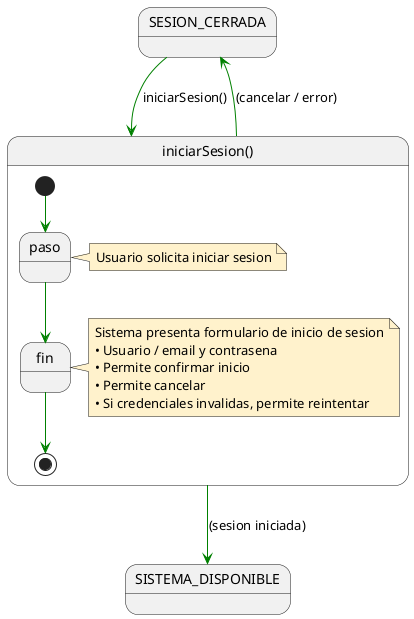
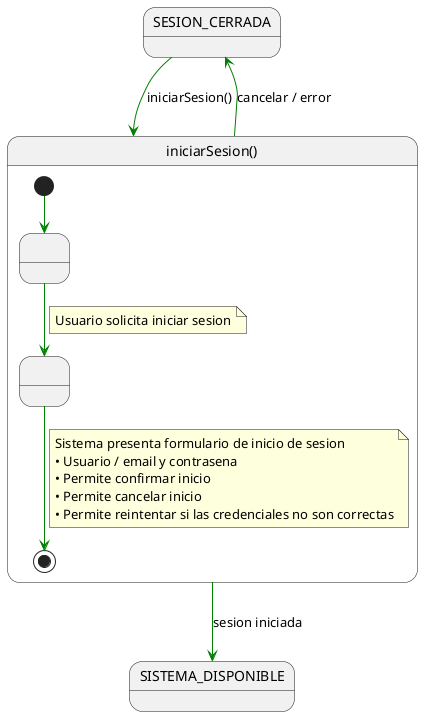
@startuml iniciarSesion
top to bottom direction
skinparam classAttributeIconSize 0
skinparam ArrowColor Green

state "SESION_CERRADA" as SESION_CERRADA
state "SISTEMA_DISPONIBLE" as SISTEMA_DISPONIBLE

- state "iniciarSesion()" as iniciarSesion {
-   [*] --> paso
+ state "iniciarSesion()" as UC {

-   note right #FFF2CC
+   [*] --> N1
+ 
+   state " " as N1
+   state " " as N2
+ 
+   N1 --> N2
+   note on link
  Usuario solicita iniciar sesion
  end note

-   paso --> fin
- 
-   note right #FFF2CC
+   N2 --> [*]
+   note on link
  Sistema presenta formulario de inicio de sesion
  • Usuario / email y contrasena
  • Permite confirmar inicio
-   • Permite cancelar
-   • Si credenciales invalidas, permite reintentar
+   • Permite cancelar inicio
+   • Permite reintentar si las credenciales no son correctas
  end note
- 
-   fin --> [*]
}

- SESION_CERRADA --> iniciarSesion : iniciarSesion()
- iniciarSesion --> SISTEMA_DISPONIBLE : (sesion iniciada)
- iniciarSesion --> SESION_CERRADA : (cancelar / error)
+ SESION_CERRADA --> UC : iniciarSesion()
+ UC --> SESION_CERRADA : cancelar / error
+ UC --> SISTEMA_DISPONIBLE : sesion iniciada

@enduml
